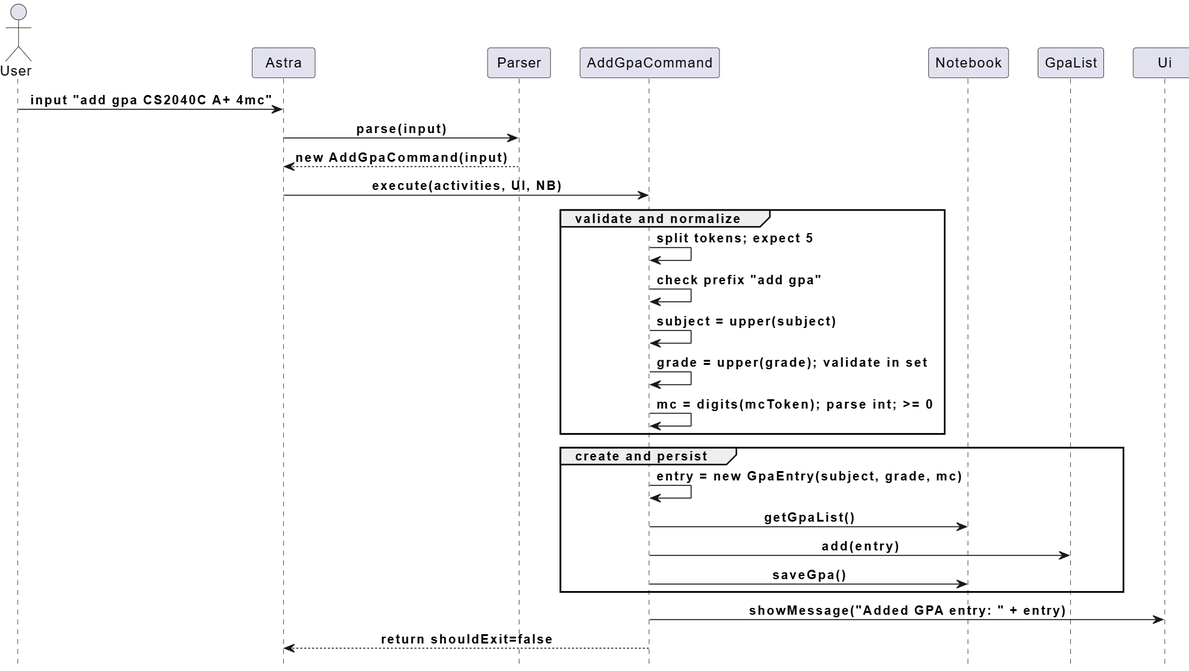
Kennahh/tp keeps this PlantUML diagram as docs/images/AddGPAEntry.png. Above is the earlier version. Its source is kept beside it as docs/diagrams/AddGPAEntry.puml.
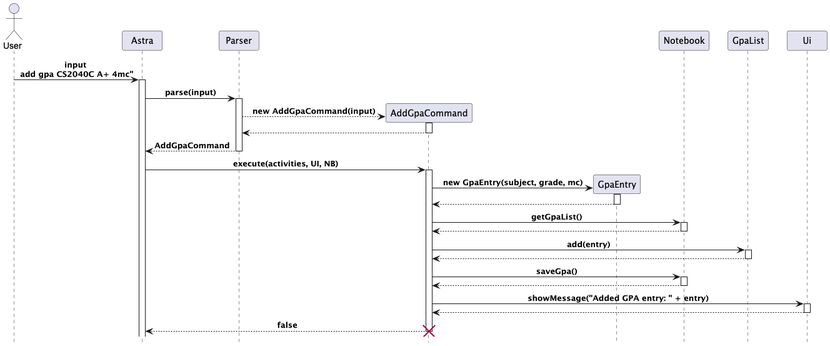
Later version of the same file.

The edit, as a diff of the source:
```diff
@@ -4,9 +4,9 @@
 participant Astra
 participant Parser
 
-box Command
+
 participant C as "AddGpaCommand"
-end box
+
 
 participant GpaEntry
 participant NB as "Notebook"
@@ -14,7 +14,7 @@
 participant UI as "Ui"
 
 
-User -> Astra: input "add gpa CS2040C A+ 4mc"
+User -> Astra: input \n"add gpa CS2040C A+ 4mc"
 activate Astra
 
 Astra -> Parser: parse(input)
@@ -30,6 +30,7 @@
 
 Astra -> C: execute(activities, UI, NB)
 activate C
+
     create GpaEntry
 
     C -> GpaEntry: new GpaEntry(subject, grade, mc)
@@ -51,12 +52,13 @@
 	activate NB
     C <-- NB
     deactivate NB
+
 C -> UI: showMessage("Added GPA entry: " + entry)
 activate UI
 C <-- UI
 deactivate UI
 
-C --> Astra: shouldExit=false
+C --> Astra: false
 deactivate C
 destroy C
 @enduml
```
